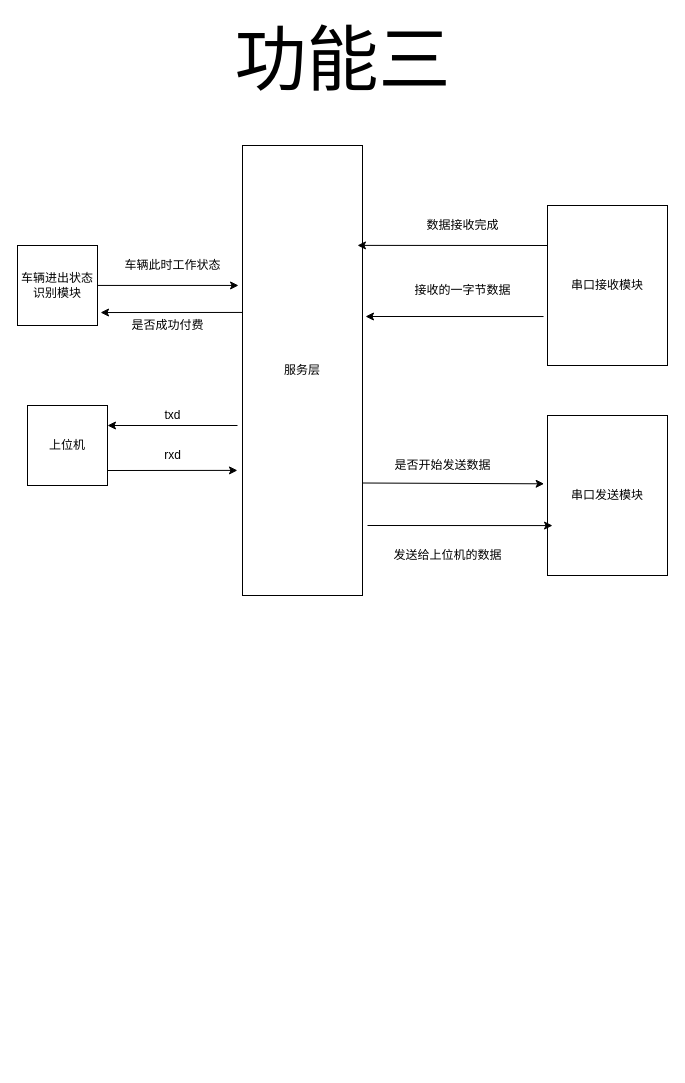
Earlier version of the draw.io diagram page "Page-4" (4 of 4) of all system.drawio (wu-bai-guo/bi-ye-she-ji). Source tidied: cells renumbered, new cells numbered last; positions are measured from the earlier drawing's top-left corner, leaving out a move shared by most shapes. Both pictures are drawn from the tidied source at 100%, with x=0, y=0 at pixel (17, 45).
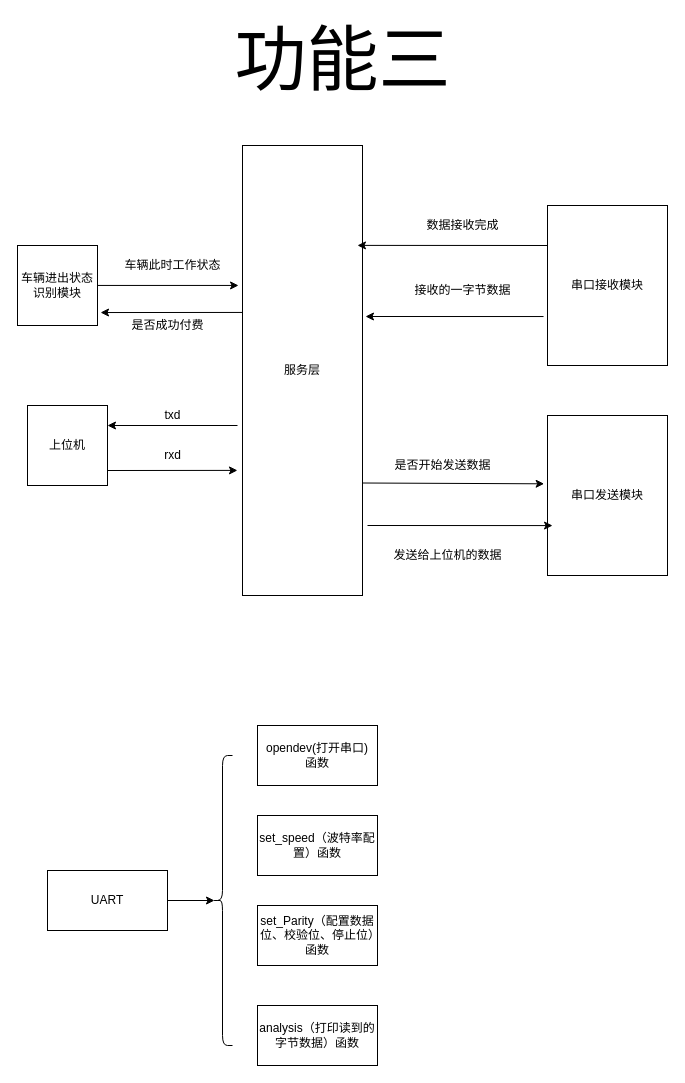
The same diagram, later.

Diff of the diagram source:
```diff
@@
+    <mxCell id="24" style="edgeStyle=orthogonalEdgeStyle;rounded=0;jettySize=auto;html=1;entryX=0.1;entryY=0.5;entryDx=0;entryDy=0;entryPerimeter=0;" parent="1" edge="1" source="25" target="26">
+      <mxGeometry relative="1" as="geometry" />
+    </mxCell>
+    <mxCell id="25" value="UART" style="rounded=0;whiteSpace=wrap;html=1;" parent="1" vertex="1">
+      <mxGeometry x="30" y="825" width="120" height="60" as="geometry" />
+    </mxCell>
+    <mxCell id="26" style="shape=curlyBracket;whiteSpace=wrap;html=1;rounded=1;" parent="1" vertex="1">
+      <mxGeometry x="195" y="710" width="20" height="290" as="geometry" />
+    </mxCell>
+    <mxCell id="27" value="&lt;div&gt;opendev(打开串口)&lt;/div&gt;&lt;div&gt;函数&lt;/div&gt;" style="rounded=0;whiteSpace=wrap;html=1;" parent="1" vertex="1">
+      <mxGeometry x="240" y="680" width="120" height="60" as="geometry" />
+    </mxCell>
+    <mxCell id="28" value="set_speed（波特率配置）函数" style="rounded=0;whiteSpace=wrap;html=1;" parent="1" vertex="1">
+      <mxGeometry x="240" y="770" width="120" height="60" as="geometry" />
+    </mxCell>
+    <mxCell id="29" value="set_Parity（配置数据位、校验位、停止位）函数" style="rounded=0;whiteSpace=wrap;html=1;" parent="1" vertex="1">
+      <mxGeometry x="240" y="860" width="120" height="60" as="geometry" />
+    </mxCell>
+    <mxCell id="30" value="analysis（打印读到的字节数据）函数" style="whiteSpace=wrap;html=1;" parent="1" vertex="1">
+      <mxGeometry x="240" y="960" width="120" height="60" as="geometry" />
+    </mxCell>
```
